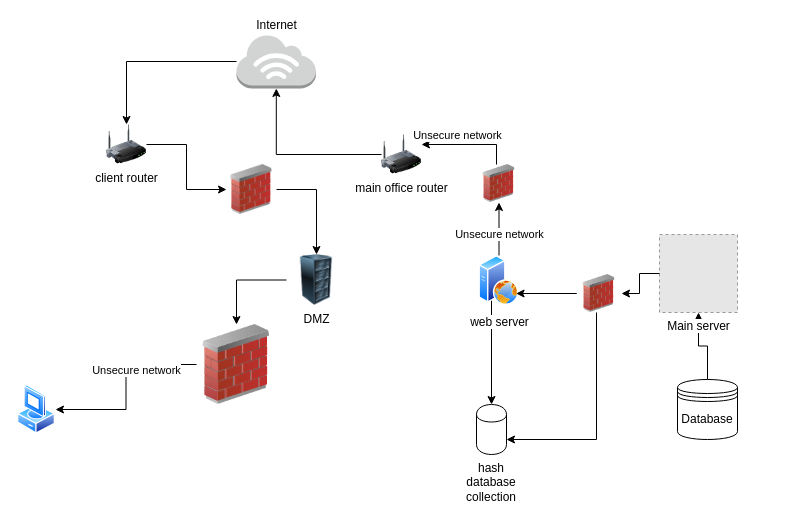
Earlier version of the draw.io diagram Q3/sol.drawio (ramith123/ISS-Finals). Source tidied: cells renumbered, new cells numbered last; positions are measured from the earlier drawing's top-left corner, leaving out a move shared by most shapes. Both pictures are drawn from the tidied source at 100%, with x=0, y=0 at pixel (17, 34). Pictures stored in the file or linked from it are replaced by grey dashed boxes.
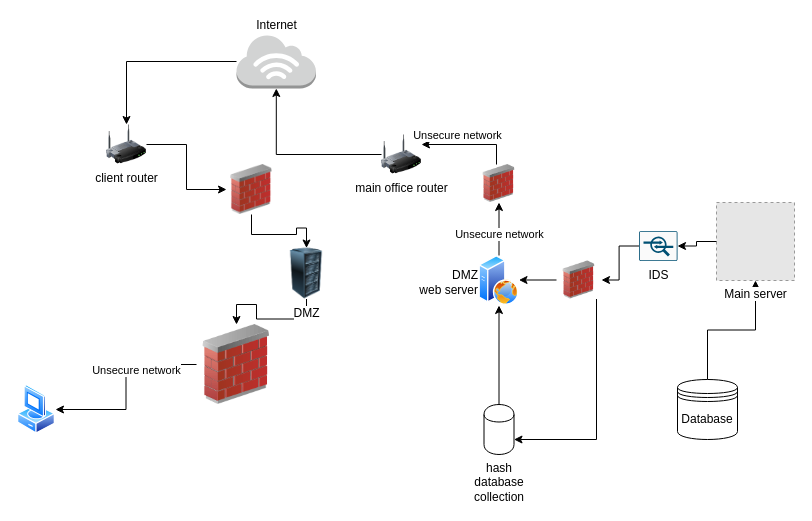
The same diagram, later.

Diff of the diagram source:
```diff
@@
     <mxCell id="6" value="Main server" style="fillColor=#E6E6E6;strokeColor=#999999;dashed=1;html=1;verticalAlign=top;verticalLabelPosition=bottom;labelBackgroundColor=#ffffff;" parent="1" vertex="1">
-      <mxGeometry x="642" y="200" width="78" height="78" as="geometry" />
+      <mxGeometry x="699" y="168" width="78" height="78" as="geometry" />
     </mxCell>
@@
-    <mxCell id="14" style="edgeStyle=orthogonalEdgeStyle;rounded=0;jettySize=auto;html=1;" parent="1" edge="1" source="16" target="30">
-      <mxGeometry relative="1" as="geometry" />
-    </mxCell>
@@
     <mxCell id="16" style="image;html=1;labelBackgroundColor=#ffffff;image=img/lib/clip_art/networking/Firewall_02_128x128.png;" parent="1" vertex="1">
-      <mxGeometry x="559" y="240" width="45" height="38" as="geometry" />
+      <mxGeometry x="539" y="226.5" width="45" height="38" as="geometry" />
     </mxCell>
-    <mxCell id="17" style="edgeStyle=orthogonalEdgeStyle;rounded=0;jettySize=auto;html=1;" parent="1" edge="1" source="6" target="16">
+    <mxCell id="17" style="edgeStyle=orthogonalEdgeStyle;rounded=0;jettySize=auto;html=1;" parent="1" edge="1" source="32" target="16">
       <mxGeometry relative="1" as="geometry" />
     </mxCell>
@@
     <mxCell id="20" value="DMZ" style="image;html=1;labelBackgroundColor=#ffffff;image=img/lib/clip_art/computers/Server_Rack_128x128.png;" parent="1" vertex="1">
-      <mxGeometry x="269" y="220" width="60" height="51" as="geometry" />
+      <mxGeometry x="259" y="213.5" width="60" height="51" as="geometry" />
     </mxCell>
@@
-    <mxCell id="28" value="web server" style="perimeter=ellipsePerimeter;html=1;align=center;shadow=0;dashed=0;spacingTop=3;image;image=img/lib/active_directory/web_server.svg;" parent="1" vertex="1">
+    <mxCell id="28" value="DMZ&lt;br&gt;web server" style="perimeter=ellipsePerimeter;html=1;align=right;shadow=0;dashed=0;spacingTop=3;image;image=img/lib/active_directory/web_server.svg;labelPosition=left;verticalLabelPosition=middle;verticalAlign=middle;" parent="1" vertex="1">
       <mxGeometry x="461.5" y="221" width="40" height="50" as="geometry" />
     </mxCell>
@@
+    <mxCell id="31" style="edgeStyle=orthogonalEdgeStyle;rounded=0;jettySize=auto;html=1;" parent="1" edge="1" source="30" target="28">
+      <mxGeometry relative="1" as="geometry" />
+    </mxCell>
     <mxCell id="30" value="hash database collection" style="shape=cylinder;whiteSpace=wrap;html=1;boundedLbl=1;backgroundOutline=1;labelPosition=center;verticalLabelPosition=bottom;align=center;verticalAlign=top;" parent="1" vertex="1">
-      <mxGeometry x="459" y="370" width="30" height="50" as="geometry" />
+      <mxGeometry x="466.5" y="370" width="30" height="50" as="geometry" />
     </mxCell>
+    <mxCell id="32" value="IDS" style="points=[[0.015,0.015,0],[0.985,0.015,0],[0.985,0.985,0],[0.015,0.985,0],[0.25,0,0],[0.5,0,0],[0.75,0,0],[1,0.25,0],[1,0.5,0],[1,0.75,0],[0.75,1,0],[0.5,1,0],[0.25,1,0],[0,0.75,0],[0,0.5,0],[0,0.25,0]];verticalLabelPosition=bottom;html=1;verticalAlign=top;align=center;shape=mxgraph.cisco19.rect;prIcon=ips_ids;fillColor=#FAFAFA;strokeColor=#005073;" parent="1" vertex="1">
+      <mxGeometry x="621.6" y="196.5" width="38.4" height="30" as="geometry" />
+    </mxCell>
+    <mxCell id="33" style="edgeStyle=orthogonalEdgeStyle;rounded=0;jettySize=auto;html=1;" parent="1" edge="1" source="6" target="32">
+      <mxGeometry relative="1" as="geometry" />
+    </mxCell>
```
